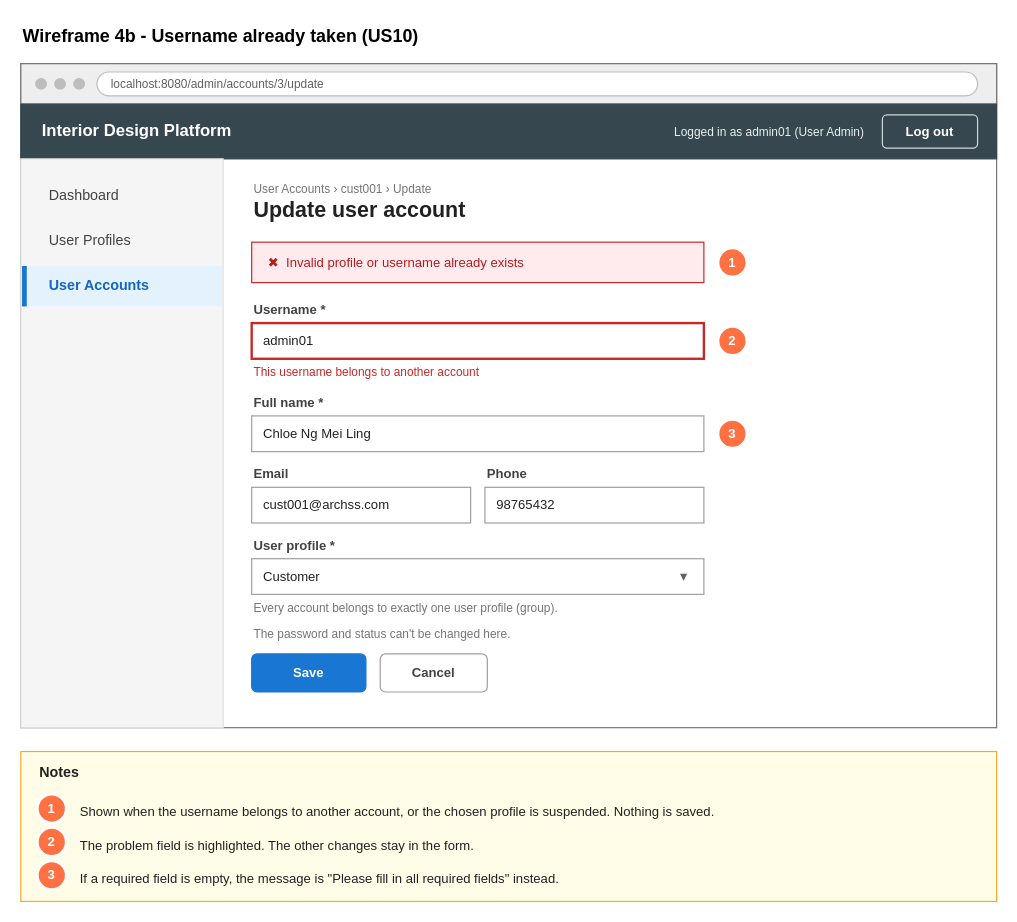
Before: page "4b Wireframe - Update form error" (3 of 6) of Sprint_1/US10 - Update User Account/US10 Update user account.drawio in Hanzxc/CSIT314-ARCHSS, a draw.io diagram. Source tidied: cells renumbered, new cells numbered last; positions are measured from the earlier drawing's top-left corner, leaving out a move shared by most shapes. Both pictures are drawn from the tidied source at 119%, with x=0, y=0 at pixel (20, 20).
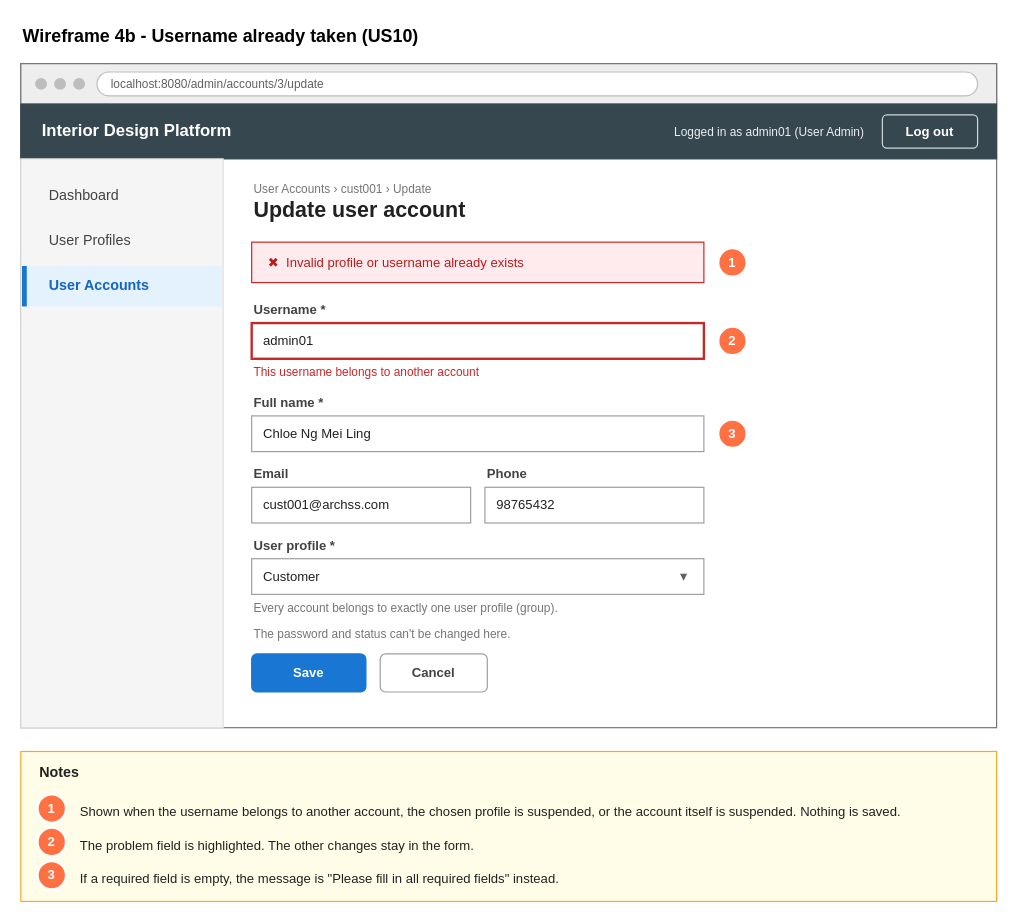
The same page after the edit.

What changed in the source:
```diff
@@
-    <mxCell id="44" value="Shown when the username belongs to another account, or the chosen profile is suspended. Nothing is saved." style="text;html=1;strokeColor=none;fillColor=none;align=left;verticalAlign=top;whiteSpace=wrap;fontSize=11;fontColor=#212121;spacingLeft=0;spacingRight=0;" parent="1" vertex="1">
+    <mxCell id="44" value="Shown when the username belongs to another account, the chosen profile is suspended, or the account itself is suspended. Nothing is saved." style="text;html=1;strokeColor=none;fillColor=none;align=left;verticalAlign=top;whiteSpace=wrap;fontSize=11;fontColor=#212121;spacingLeft=0;spacingRight=0;" parent="1" vertex="1">
       <mxGeometry x="48" y="652" width="756" height="20" as="geometry" />
     </mxCell>
```
